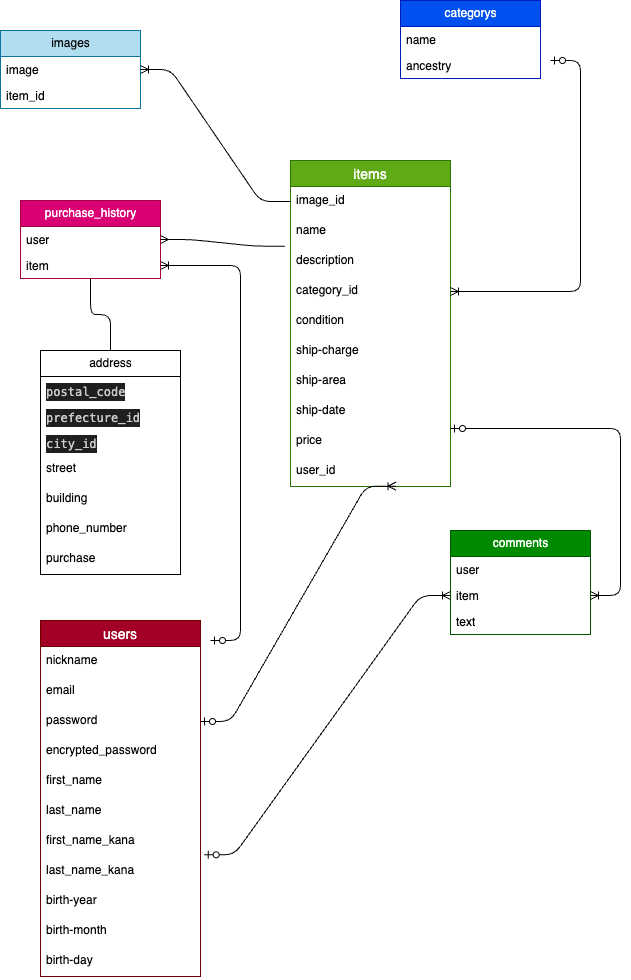
Before: test.png, a diagram exported from draw.io (yosyua0016/furima-40345). Source tidied: cells renumbered, new cells last; positions are measured from the earlier drawing's top-left corner, leaving out a move shared by most shapes.
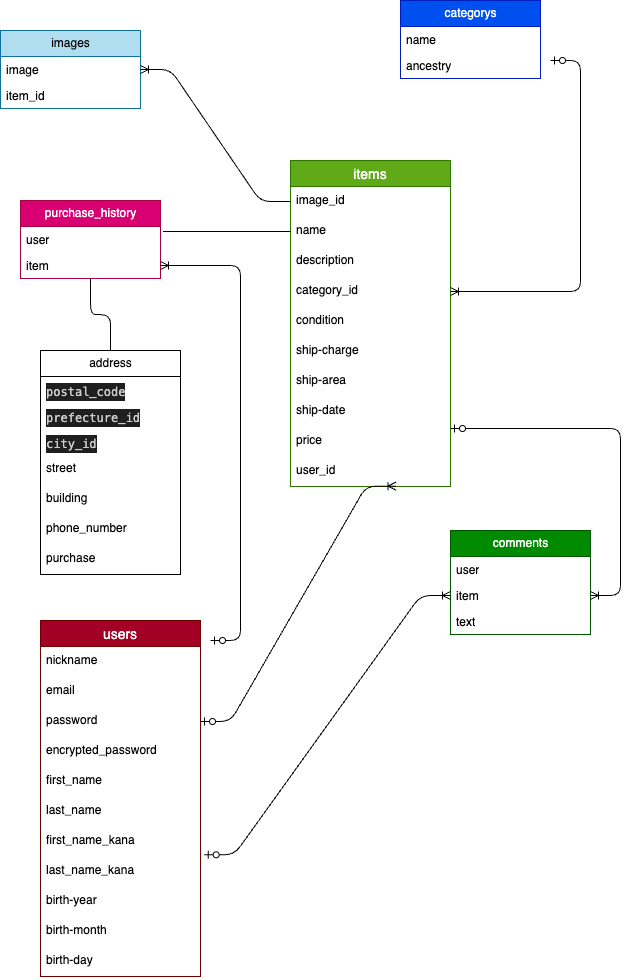
The same diagram one commit later.

Change to the diagram source:
```diff
@@ -167,8 +167,8 @@
     <mxCell id="53" value="purchase" style="text;strokeColor=none;fillColor=none;spacingLeft=4;spacingRight=4;overflow=hidden;fontSize=12;" parent="46" vertex="1">
       <mxGeometry y="194" width="140" height="30" as="geometry" />
     </mxCell>
-    <mxCell id="54" style="edgeStyle=entityRelationEdgeStyle;fontSize=12;html=1;endArrow=ERmany;entryX=1;entryY=0.5;entryDx=0;entryDy=0;exitX=-0.035;exitY=-0.011;exitDx=0;exitDy=0;exitPerimeter=0;" parent="1" edge="1" source="19" target="14">
-      <mxGeometry relative="1" as="geometry" />
-    </mxCell>
+    <mxCell id="55" style="edgeStyle=orthogonalEdgeStyle;html=1;entryX=1.017;entryY=0.192;entryDx=0;entryDy=0;entryPerimeter=0;endArrow=none;endFill=0;" parent="1" edge="1" source="18" target="14">
+      <mxGeometry relative="1" as="geometry" />
+    </mxCell>
   </root>
 </mxGraphModel>
```
